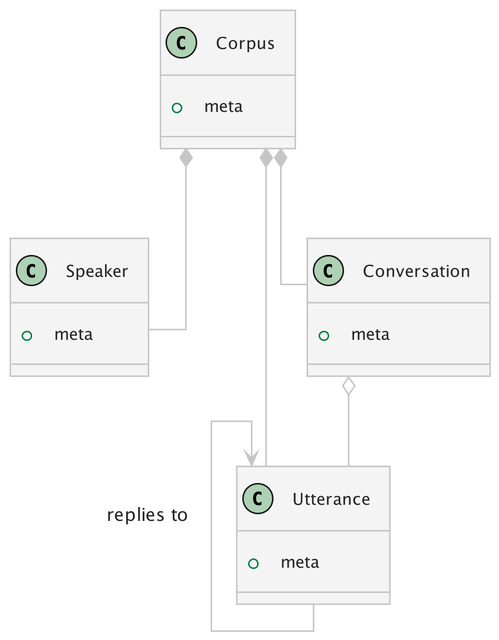
mishkin101/ConvoKit_Disputes keeps this PlantUML diagram as out/diagrams/corpus/corpus.png. Above is the earlier version. Its diagram source:
```plantuml
@startuml
skinparam linetype ortho
skinparam dpi 300
!theme carbon-gray

class Corpus{
      + meta
}
class Speaker {
         + meta
}
class Utterance{
   + meta
}
class Conversation{
    + meta
}

Corpus *-- Conversation
Corpus *-- Utterance
Conversation o-- Utterance
Corpus *-- Speaker
Utterance <-- Utterance : \nreplies to
@enduml
```
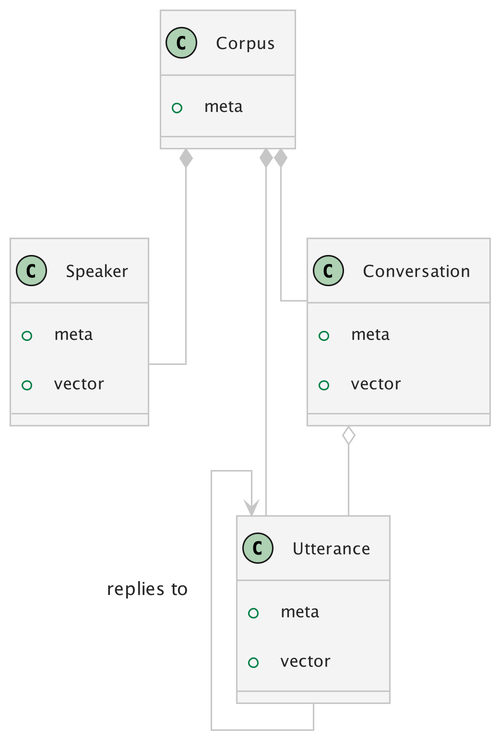
Above is the later version.

Commit message:
"updated themes on diagrams"

Diff of the diagram source:
```diff
@@ -3,22 +3,30 @@
 skinparam dpi 300
 !theme carbon-gray
 
-class Corpus{
-      + meta
+class Corpus {
+    + meta
 }
+
 class Speaker {
-         + meta
+    + meta
+    + vector
 }
-class Utterance{
-   + meta
+
+class Utterance {
+    + meta
+    + vector
 }
-class Conversation{
+
+class Conversation {
     + meta
+    + vector
 }
 
 Corpus *-- Conversation
 Corpus *-- Utterance
+Corpus *-- Speaker
+
 Conversation o-- Utterance
-Corpus *-- Speaker
 Utterance <-- Utterance : \nreplies to
+
 @enduml
```
